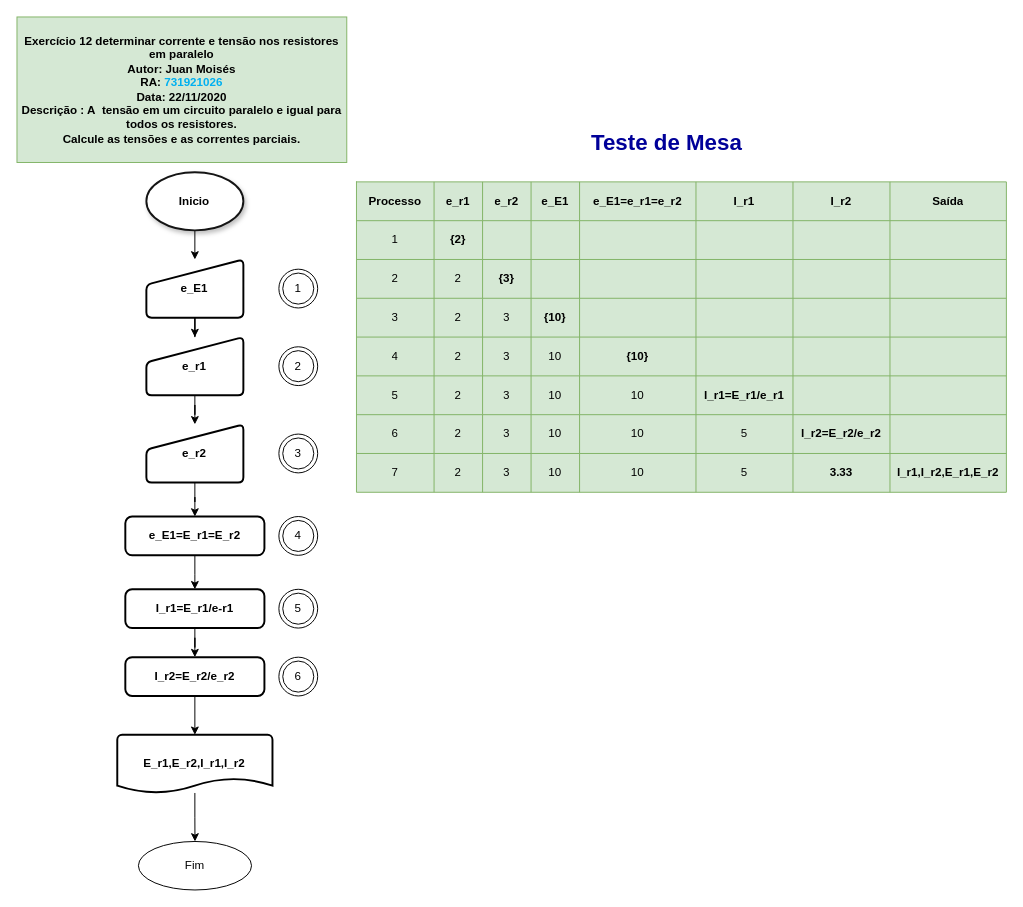
Earlier version of the draw.io diagram Exercicio_12_resistores_paralelo.drawio (juanmoises/FATEC-ELETRONICA-731921026-juan-LTP). Source tidied: cells renumbered, new cells numbered last; positions are measured from the earlier drawing's top-left corner, leaving out a move shared by most shapes. Both pictures are drawn from the tidied source at 97%, with x=0, y=0 at pixel (16, 16).
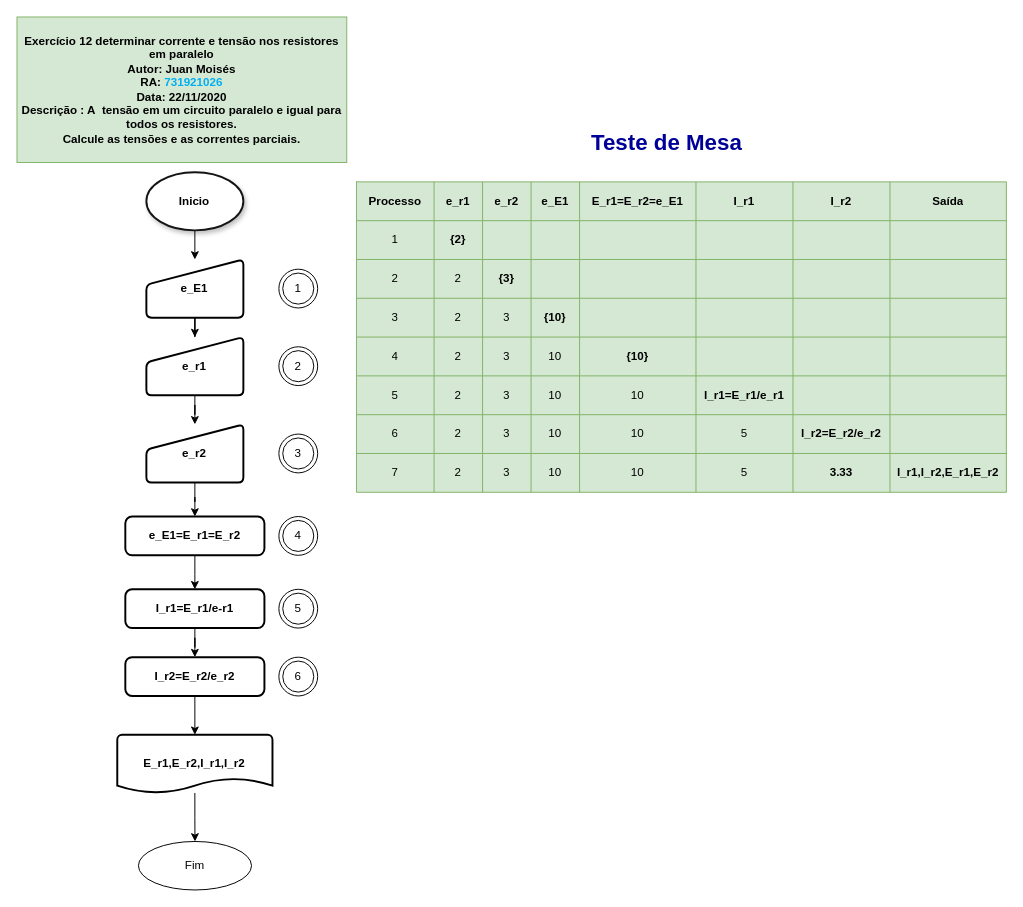
The same page after the edit.

The change refers to these unchanged cells:
```xml
<mxCell id="4" style="shape=partialRectangle;html=1;whiteSpace=wrap;fillColor=none;top=0;left=0;bottom=0;right=0;" parent="3" vertex="1">
  <mxGeometry width="670" height="40" as="geometry" />
</mxCell>
```

The edit, as a diff of the source:
```diff
@@
-    <mxCell id="9" value="e_E1=e_r1=e_r2" style="shape=partialRectangle;html=1;whiteSpace=wrap;overflow=hidden;fillColor=none;top=0;left=0;bottom=0;right=0;fontStyle=1;" parent="4" vertex="1">
+    <mxCell id="9" value="E_r1=E_r2=e_E1" style="shape=partialRectangle;html=1;whiteSpace=wrap;overflow=hidden;fillColor=none;top=0;left=0;bottom=0;right=0;fontStyle=1;" parent="4" vertex="1">
       <mxGeometry x="230" width="120" height="40" as="geometry" />
     </mxCell>
```
